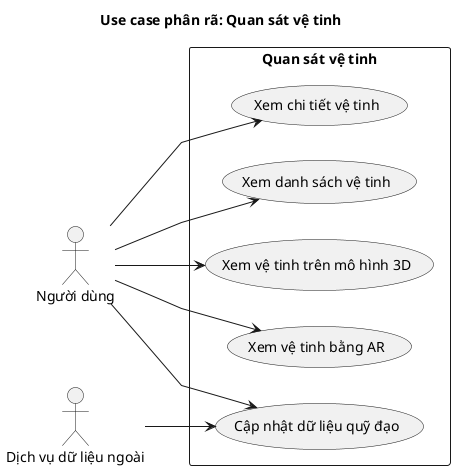
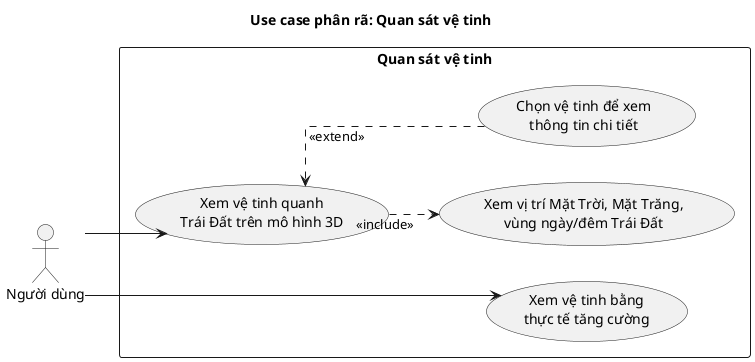
@startuml usecase_quan_sat_ve_tinh
skinparam defaultFontName "Times New Roman"
- skinparam linetype polyline
left to right direction
+ skinparam packageStyle rectangle
+ skinparam linetype ortho
+ skinparam nodesep 35
+ skinparam ranksep 50
title Use case phân rã: Quan sát vệ tinh

actor "Người dùng" as User
- actor "Dịch vụ dữ liệu ngoài" as Ext

rectangle "Quan sát vệ tinh" {
-   usecase "Xem danh sách vệ tinh" as U1
-   usecase "Xem vệ tinh trên mô hình 3D" as U2
-   usecase "Xem vệ tinh bằng AR" as U3
-   usecase "Cập nhật dữ liệu quỹ đạo" as U4
-   usecase "Xem chi tiết vệ tinh" as U5
+ 
+   usecase "Xem vệ tinh quanh\nTrái Đất trên mô hình 3D" as UC_3D
+   usecase "Xem vệ tinh bằng\nthực tế tăng cường" as UC_AR
+ 
+   usecase "Chọn vệ tinh để xem\nthông tin chi tiết" as UC_Detail
+   usecase "Xem vị trí Mặt Trời, Mặt Trăng,\nvùng ngày/đêm Trái Đất" as UC_SpaceInfo
+ 
+   UC_3D -[hidden]down- UC_AR
+   UC_3D -[hidden]right- UC_Detail
+   UC_AR -[hidden]right- UC_SpaceInfo
}

- User --> U1
- User --> U2
- User --> U3
- User --> U4
- User --> U5
- Ext --> U4
+ User --> UC_3D
+ User --> UC_AR
+ 
+ UC_Detail ..> UC_3D : <<extend>>
+ UC_3D ..> UC_SpaceInfo : <<include>>
+ 
@enduml
